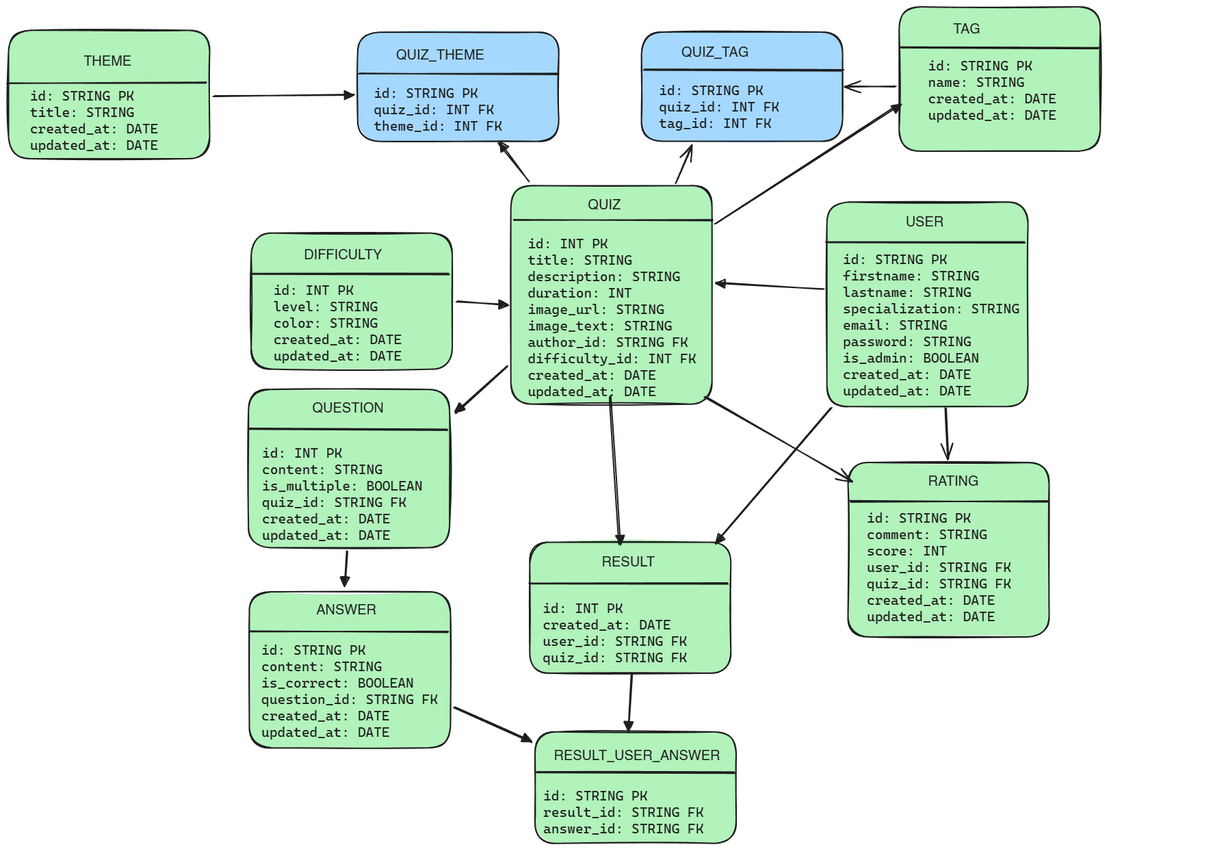
Thibault-hen/DevTest-laravel keeps this Excalidraw diagram as Docs/Conception/MCD-MLD/MLD.excalidraw.png. Above is the earlier version. Source tidied: one line per element, renumbered; positions are measured from the earlier drawing's top-left corner, leaving out a move shared by most shapes.
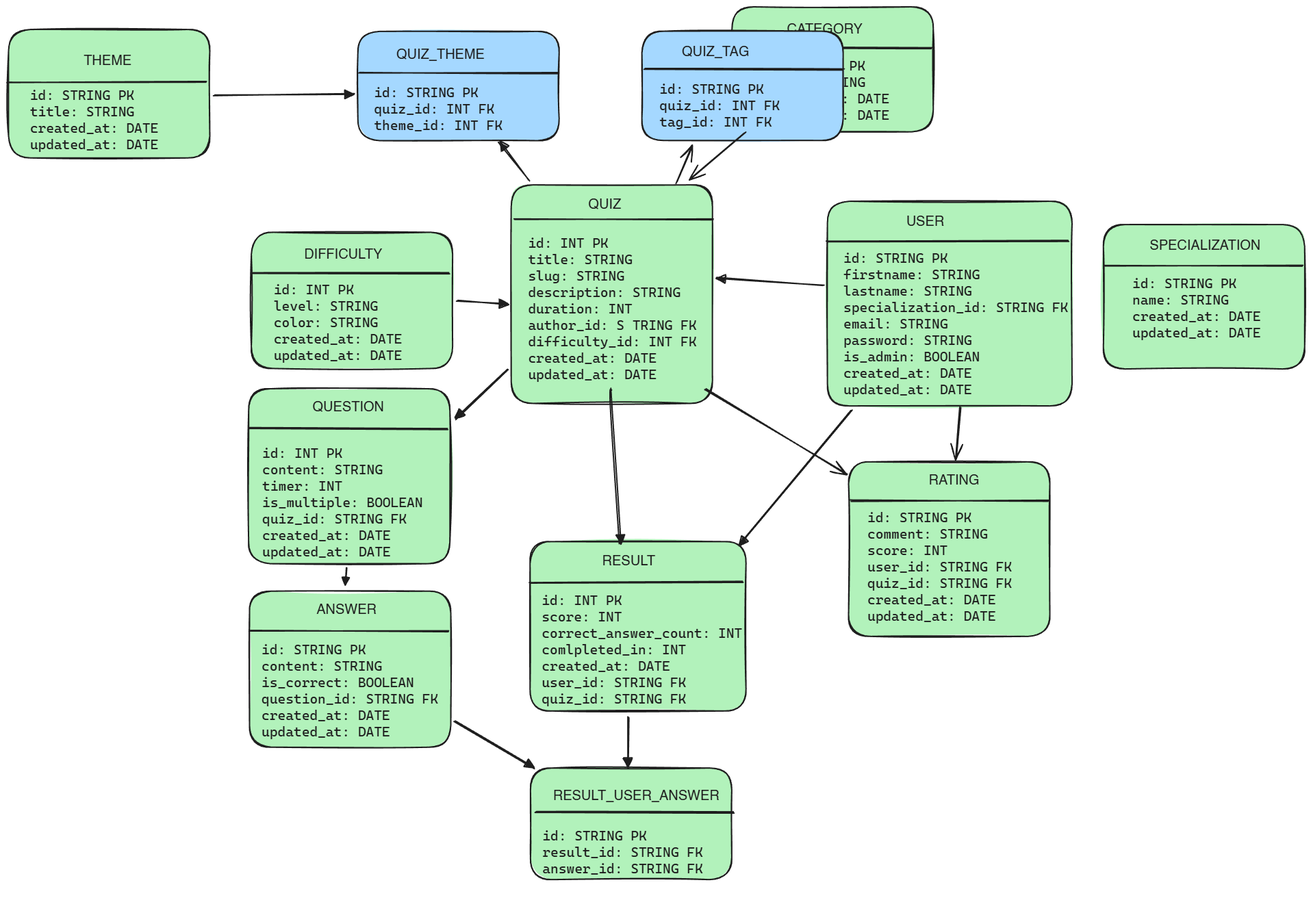
Later version of the same file.

What changed in the source:
```diff
@@ -1,3 +1,3 @@
-{"id": 0, "type": "rectangle", "strokeColor": "#1e1e1e", "backgroundColor": "#b2f2bb", "fillStyle": "solid", "strokeWidth": 2, "roughness": 1, "round": true, "x": 1198, "y": 285, "width": 294, "height": 299}
+{"id": 0, "type": "rectangle", "strokeColor": "#1e1e1e", "backgroundColor": "#b2f2bb", "fillStyle": "solid", "strokeWidth": 2, "roughness": 1, "round": true, "x": 1198, "y": 285, "width": 357, "height": 299}
-{"id": 1, "type": "line", "strokeColor": "#1e1e1e", "backgroundColor": "#b2f2bb", "fillStyle": "solid", "strokeWidth": 2, "roughness": 1, "round": true, "x": 1198, "y": 344, "width": 290, "height": 0, "points": [[0, 0], [290, 0]]}
+{"id": 1, "type": "line", "strokeColor": "#1e1e1e", "backgroundColor": "#b2f2bb", "fillStyle": "solid", "strokeWidth": 2, "roughness": 1, "round": true, "x": 1198, "y": 344, "width": 353, "height": 1, "points": [[0, 0], [353, -1]]}
 {"id": 2, "type": "text", "text": "USER", "strokeColor": "#1e1e1e", "backgroundColor": "#b2f2bb", "fillStyle": "solid", "strokeWidth": 2, "roughness": 1, "fontSize": 20, "fontFamily": 2, "x": 1313, "y": 304, "width": 56, "height": 23}
@@ -6,3 +6,3 @@
 {"id": 5, "type": "text", "text": "QUIZ", "strokeColor": "#1e1e1e", "backgroundColor": "#b2f2bb", "fillStyle": "solid", "strokeWidth": 2, "roughness": 1, "fontSize": 20, "fontFamily": 2, "x": 848, "y": 279, "width": 48, "height": 23}
-{"id": 6, "type": "rectangle", "strokeColor": "#1e1e1e", "backgroundColor": "#b2f2bb", "fillStyle": "solid", "strokeWidth": 2, "roughness": 1, "round": true, "x": 352, "y": 559, "width": 294, "height": 231}
+{"id": 6, "type": "rectangle", "strokeColor": "#1e1e1e", "backgroundColor": "#b2f2bb", "fillStyle": "solid", "strokeWidth": 2, "roughness": 1, "round": true, "x": 352, "y": 559, "width": 294, "height": 256}
 {"id": 7, "type": "line", "strokeColor": "#1e1e1e", "backgroundColor": "#b2f2bb", "fillStyle": "solid", "strokeWidth": 2, "roughness": 1, "round": true, "x": 353, "y": 618, "width": 290, "height": 0, "points": [[0, 0], [290, 0]]}
@@ -15,4 +15,4 @@
 {"id": 14, "type": "text", "text": "THEME\n", "strokeColor": "#1e1e1e", "backgroundColor": "#b2f2bb", "fillStyle": "solid", "strokeWidth": 2, "roughness": 1, "fontSize": 20, "fontFamily": 2, "x": 111, "y": 69, "width": 70, "height": 46}
-{"id": 15, "type": "rectangle", "strokeColor": "#1e1e1e", "backgroundColor": "#b2f2bb", "fillStyle": "solid", "strokeWidth": 2, "roughness": 1, "round": true, "x": 763, "y": 783, "width": 294, "height": 191}
+{"id": 15, "type": "rectangle", "strokeColor": "#1e1e1e", "backgroundColor": "#b2f2bb", "fillStyle": "solid", "strokeWidth": 2, "roughness": 1, "round": true, "x": 763, "y": 783, "width": 315, "height": 247}
-{"id": 16, "type": "line", "strokeColor": "#1e1e1e", "backgroundColor": "#b2f2bb", "fillStyle": "solid", "strokeWidth": 2, "roughness": 1, "round": true, "x": 763, "y": 843, "width": 290, "height": 0, "points": [[0, 0], [290, 0]]}
+{"id": 16, "type": "line", "strokeColor": "#1e1e1e", "backgroundColor": "#b2f2bb", "fillStyle": "solid", "strokeWidth": 2, "roughness": 1, "round": true, "x": 763, "y": 843, "width": 311, "height": 1, "points": [[0, 0], [311, -1]]}
 {"id": 17, "type": "text", "text": "RESULT", "strokeColor": "#1e1e1e", "backgroundColor": "#b2f2bb", "fillStyle": "solid", "strokeWidth": 2, "roughness": 1, "fontSize": 20, "fontFamily": 2, "x": 868, "y": 801, "width": 77, "height": 23}
@@ -21,6 +21,6 @@
 {"id": 20, "type": "text", "text": "ANSWER", "strokeColor": "#1e1e1e", "backgroundColor": "#b2f2bb", "fillStyle": "solid", "strokeWidth": 2, "roughness": 1, "fontSize": 20, "fontFamily": 2, "x": 451, "y": 871, "width": 88, "height": 23}
-{"id": 21, "type": "rectangle", "strokeColor": "#1e1e1e", "backgroundColor": "#b2f2bb", "fillStyle": "solid", "strokeWidth": 2, "roughness": 1, "round": true, "x": 771, "y": 1060, "width": 294, "height": 163}
+{"id": 21, "type": "rectangle", "strokeColor": "#1e1e1e", "backgroundColor": "#b2f2bb", "fillStyle": "solid", "strokeWidth": 2, "roughness": 1, "round": true, "x": 764, "y": 1113, "width": 294, "height": 163}
-{"id": 22, "type": "line", "strokeColor": "#1e1e1e", "strokeWidth": 2, "roughness": 1, "round": true, "x": 773, "y": 1120, "width": 290, "height": 0, "points": [[0, 0], [290, 0]]}
+{"id": 22, "type": "line", "strokeColor": "#1e1e1e", "strokeWidth": 2, "roughness": 1, "round": true, "x": 771, "y": 1179, "width": 290, "height": 0, "points": [[0, 0], [290, 0]]}
-{"id": 23, "type": "text", "text": "RESULT_USER_ANSWER", "strokeColor": "#1e1e1e", "strokeWidth": 2, "roughness": 1, "fontSize": 20, "fontFamily": 2, "x": 798, "y": 1084, "width": 243, "height": 23}
+{"id": 23, "type": "text", "text": "RESULT_USER_ANSWER", "strokeColor": "#1e1e1e", "strokeWidth": 2, "roughness": 1, "fontSize": 20, "fontFamily": 2, "x": 797, "y": 1143, "width": 243, "height": 23}
-{"id": 24, "type": "text", "text": "id: STRING PK\nfirstname: STRING\nlastname: STRING\nspecialization: STRING\nemail: STRING\npassword: STRING\nis_admin: BOOLEAN\ncreated_at: DATE\nupdated_at: DATE", "strokeColor": "#1e1e1e", "backgroundColor": "#b2f2bb", "fillStyle": "solid", "strokeWidth": 2, "roughness": 1, "fontSize": 20, "fontFamily": 3, "x": 1221, "y": 357, "width": 258, "height": 216}
+{"id": 24, "type": "text", "text": "id: STRING PK\nfirstname: STRING\nlastname: STRING\nspecialization_id: STRING FK\nemail: STRING\npassword: STRING\nis_admin: BOOLEAN\ncreated_at: DATE\nupdated_at: DATE", "strokeColor": "#1e1e1e", "backgroundColor": "#b2f2bb", "fillStyle": "solid", "strokeWidth": 2, "roughness": 1, "fontSize": 20, "fontFamily": 3, "x": 1221, "y": 357, "width": 328, "height": 216}
 {"id": 25, "type": "rectangle", "strokeColor": "#1e1e1e", "backgroundColor": "#a5d8ff", "fillStyle": "solid", "strokeWidth": 2, "roughness": 1, "round": true, "x": 512, "y": 37, "width": 294, "height": 160}
@@ -28,24 +28,24 @@
 {"id": 27, "type": "text", "text": "QUIZ_THEME", "strokeColor": "#1e1e1e", "backgroundColor": "#b2f2bb", "fillStyle": "solid", "strokeWidth": 2, "roughness": 1, "fontSize": 20, "fontFamily": 2, "x": 568, "y": 60, "width": 129, "height": 23}
-{"id": 28, "type": "text", "text": "id: INT PK\ntitle: STRING\ndescription: STRING\nduration: INT\nimage_url: STRING\nimage_text: STRING\nauthor_id: STRING FK\ndifficulty_id: INT FK\ncreated_at: DATE\nupdated_at: DATE", "strokeColor": "#1e1e1e", "backgroundColor": "#b2f2bb", "fillStyle": "solid", "strokeWidth": 2, "roughness": 1, "fontSize": 20, "fontFamily": 3, "x": 760, "y": 334, "width": 246, "height": 240}
+{"id": 28, "type": "text", "text": "id: INT PK\ntitle: STRING\nslug: STRING\ndescription: STRING\nduration: INT\nauthor_id: S TRING FK\ndifficulty_id: INT FK\ncreated_at: DATE\nupdated_at: DATE", "strokeColor": "#1e1e1e", "backgroundColor": "#b2f2bb", "fillStyle": "solid", "strokeWidth": 2, "roughness": 1, "fontSize": 20, "fontFamily": 3, "x": 760, "y": 334, "width": 246, "height": 216}
 {"id": 29, "type": "text", "text": "id: STRING PK\nquiz_id: INT FK\ntheme_id: INT FK", "strokeColor": "#1e1e1e", "backgroundColor": "#b2f2bb", "fillStyle": "solid", "strokeWidth": 2, "roughness": 1, "fontSize": 20, "fontFamily": 3, "x": 535, "y": 114, "width": 188, "height": 72}
 {"id": 30, "type": "text", "text": "id: STRING PK\ntitle: STRING\ncreated_at: DATE\nupdated_at: DATE\n", "strokeColor": "#1e1e1e", "backgroundColor": "#b2f2bb", "fillStyle": "solid", "strokeWidth": 2, "roughness": 1, "fontSize": 20, "fontFamily": 3, "x": 33, "y": 118, "width": 188, "height": 120}
-{"id": 31, "type": "text", "text": "id: INT PK\ncontent: STRING\nis_multiple: BOOLEAN\nquiz_id: STRING FK\ncreated_at: DATE\nupdated_at: DATE", "strokeColor": "#1e1e1e", "backgroundColor": "#b2f2bb", "fillStyle": "solid", "strokeWidth": 2, "roughness": 1, "fontSize": 20, "fontFamily": 3, "x": 372, "y": 640, "width": 234, "height": 144}
+{"id": 31, "type": "text", "text": "id: INT PK\ncontent: STRING\ntimer: INT\nis_multiple: BOOLEAN\nquiz_id: STRING FK\ncreated_at: DATE\nupdated_at: DATE", "strokeColor": "#1e1e1e", "backgroundColor": "#b2f2bb", "fillStyle": "solid", "strokeWidth": 2, "roughness": 1, "fontSize": 20, "fontFamily": 3, "x": 372, "y": 641, "width": 234, "height": 168}
 {"id": 32, "type": "text", "text": "id: STRING PK\ncontent: STRING\nis_correct: BOOLEAN\nquestion_id: STRING FK\ncreated_at: DATE\nupdated_at: DATE", "strokeColor": "#1e1e1e", "backgroundColor": "#b2f2bb", "fillStyle": "solid", "strokeWidth": 2, "roughness": 1, "fontSize": 20, "fontFamily": 3, "x": 371, "y": 928, "width": 258, "height": 144}
-{"id": 33, "type": "text", "text": "id: INT PK\ncreated_at: DATE\nuser_id: STRING FK\nquiz_id: STRING FK", "strokeColor": "#1e1e1e", "backgroundColor": "#b2f2bb", "fillStyle": "solid", "strokeWidth": 2, "roughness": 1, "fontSize": 20, "fontFamily": 3, "x": 782, "y": 867, "width": 211, "height": 96}
+{"id": 33, "type": "text", "text": "id: INT PK\nscore: INT\ncorrect_answer_count: INT\ncomlpleted_in: INT\ncreated_at: DATE\nuser_id: STRING FK\nquiz_id: STRING FK", "strokeColor": "#1e1e1e", "backgroundColor": "#b2f2bb", "fillStyle": "solid", "strokeWidth": 2, "roughness": 1, "fontSize": 20, "fontFamily": 3, "x": 780, "y": 857, "width": 293, "height": 168}
 {"id": 34, "type": "text", "text": "id: INT PK\nlevel: STRING\ncolor: STRING\ncreated_at: DATE\nupdated_at: DATE", "strokeColor": "#1e1e1e", "backgroundColor": "#b2f2bb", "fillStyle": "solid", "strokeWidth": 2, "roughness": 1, "fontSize": 20, "fontFamily": 3, "x": 389, "y": 402, "width": 188, "height": 120}
-{"id": 35, "type": "text", "text": "id: STRING PK\nresult_id: STRING FK\nanswer_id: STRING FK\n", "strokeColor": "#1e1e1e", "strokeWidth": 2, "roughness": 1, "fontSize": 20, "fontFamily": 3, "x": 783, "y": 1141, "width": 234, "height": 96}
+{"id": 35, "type": "text", "text": "id: STRING PK\nresult_id: STRING FK\nanswer_id: STRING FK\n", "strokeColor": "#1e1e1e", "strokeWidth": 2, "roughness": 1, "fontSize": 20, "fontFamily": 3, "x": 781, "y": 1201, "width": 234, "height": 96}
-{"id": 36, "type": "arrow", "strokeColor": "#1e1e1e", "strokeWidth": 2, "roughness": 1, "endArrowhead": "triangle", "round": true, "from": 0, "to": 28, "x": 1192, "y": 412, "width": 157, "height": 9, "points": [[0, 0], [-157, -9]]}
+{"id": 36, "type": "arrow", "strokeColor": "#1e1e1e", "strokeWidth": 2, "roughness": 1, "endArrowhead": "triangle", "round": true, "from": 0, "to": 28, "x": 1192, "y": 407, "width": 156, "height": 10, "points": [[0, 0], [-156, -10]]}
-{"id": 37, "type": "arrow", "strokeColor": "#1e1e1e", "strokeWidth": 2, "roughness": 1, "endArrowhead": "triangle", "round": true, "from": 28, "to": 17, "x": 882, "y": 585, "width": 13, "height": 203, "points": [[0, 0], [-1, -2], [12, 201]]}
+{"id": 37, "type": "arrow", "strokeColor": "#1e1e1e", "strokeWidth": 2, "roughness": 1, "endArrowhead": "triangle", "round": true, "from": 28, "to": 17, "x": 881, "y": 561, "width": 13, "height": 225, "points": [[0, 0], [0, 22], [13, 225]]}
-{"id": 38, "type": "arrow", "strokeColor": "#1e1e1e", "strokeWidth": 2, "roughness": 1, "endArrowhead": "triangle", "round": true, "from": 33, "to": 21, "x": 913, "y": 974, "width": 7, "height": 85, "points": [[0, 0], [-7, 85]]}
+{"id": 38, "type": "arrow", "strokeColor": "#1e1e1e", "strokeWidth": 2, "roughness": 1, "endArrowhead": "triangle", "round": true, "from": 33, "to": 21, "x": 908, "y": 1040, "width": 2, "height": 73, "points": [[0, 0], [-2, 73]]}
-{"id": 39, "type": "arrow", "strokeColor": "#1e1e1e", "strokeWidth": 2, "roughness": 1, "endArrowhead": "triangle", "round": true, "from": 18, "to": 21, "x": 652, "y": 1024, "width": 113, "height": 51, "points": [[0, 0], [113, 51]]}
+{"id": 39, "type": "arrow", "strokeColor": "#1e1e1e", "strokeWidth": 2, "roughness": 1, "endArrowhead": "triangle", "round": true, "from": 18, "to": 21, "x": 652, "y": 1045, "width": 116, "height": 69, "points": [[0, 0], [116, 69]]}
-{"id": 40, "type": "arrow", "strokeColor": "#1e1e1e", "strokeWidth": 2, "roughness": 1, "endArrowhead": "triangle", "round": true, "from": 3, "to": 6, "x": 730, "y": 524, "width": 76, "height": 70, "points": [[0, 0], [-76, 70]]}
+{"id": 40, "type": "arrow", "strokeColor": "#1e1e1e", "strokeWidth": 2, "roughness": 1, "endArrowhead": "triangle", "round": true, "from": 3, "to": 6, "x": 730, "y": 530, "width": 76, "height": 74, "points": [[0, 0], [-76, 74]]}
 {"id": 41, "type": "arrow", "strokeColor": "#1e1e1e", "strokeWidth": 2, "roughness": 1, "endArrowhead": "triangle", "round": true, "from": 9, "to": 3, "x": 656, "y": 432, "width": 74, "height": 4, "points": [[0, 0], [74, 4]]}
-{"id": 42, "type": "arrow", "strokeColor": "#1e1e1e", "strokeWidth": 2, "roughness": 1, "endArrowhead": "triangle", "round": true, "from": 31, "to": 18, "x": 497, "y": 795, "width": 4, "height": 50, "points": [[0, 0], [-4, 50]]}
+{"id": 42, "type": "arrow", "strokeColor": "#1e1e1e", "strokeWidth": 2, "roughness": 1, "endArrowhead": "triangle", "round": true, "from": 31, "to": 18, "x": 495, "y": 821, "width": 2, "height": 25, "points": [[0, 0], [-2, 25]]}
 {"id": 43, "type": "arrow", "strokeColor": "#1e1e1e", "strokeWidth": 2, "roughness": 1, "endArrowhead": "triangle", "round": true, "from": 3, "to": 25, "x": 762, "y": 256, "width": 45, "height": 58, "points": [[0, 0], [-45, -58]]}
 {"id": 44, "type": "arrow", "strokeColor": "#1e1e1e", "strokeWidth": 2, "roughness": 1, "endArrowhead": "triangle", "round": true, "from": 12, "to": 25, "x": 301, "y": 131, "width": 205, "height": 2, "points": [[0, 0], [205, -2]]}
-{"id": 45, "type": "arrow", "strokeColor": "#1e1e1e", "backgroundColor": "#b2f2bb", "fillStyle": "solid", "strokeWidth": 2, "roughness": 1, "endArrowhead": "triangle", "round": true, "from": 0, "to": 15, "x": 1203, "y": 586, "width": 169, "height": 197, "points": [[0, 0], [-169, 197]]}
+{"id": 45, "type": "arrow", "strokeColor": "#1e1e1e", "backgroundColor": "#b2f2bb", "fillStyle": "solid", "strokeWidth": 2, "roughness": 1, "endArrowhead": "triangle", "round": true, "from": 0, "to": 15, "x": 1232, "y": 590, "width": 165, "height": 197, "points": [[0, 0], [-165, 197]]}
-{"id": 46, "type": "rectangle", "strokeColor": "#1e1e1e", "backgroundColor": "#b2f2bb", "fillStyle": "solid", "strokeWidth": 2, "roughness": 1, "round": true, "x": 1303, "y": 0, "width": 294, "height": 211}
+{"id": 46, "type": "rectangle", "strokeColor": "#1e1e1e", "backgroundColor": "#b2f2bb", "fillStyle": "solid", "strokeWidth": 2, "roughness": 1, "round": true, "x": 1058, "y": 1, "width": 294, "height": 183}
-{"id": 47, "type": "line", "strokeColor": "#1e1e1e", "backgroundColor": "#b2f2bb", "fillStyle": "solid", "strokeWidth": 2, "roughness": 1, "round": true, "x": 1305, "y": 60, "width": 290, "height": 0, "points": [[0, 0], [290, 0]]}
+{"id": 47, "type": "line", "strokeColor": "#1e1e1e", "backgroundColor": "#b2f2bb", "fillStyle": "solid", "strokeWidth": 2, "roughness": 1, "round": true, "x": 1060, "y": 61, "width": 290, "height": 0, "points": [[0, 0], [290, 0]]}
-{"id": 48, "type": "text", "text": "TAG", "strokeColor": "#1e1e1e", "backgroundColor": "#b2f2bb", "fillStyle": "solid", "strokeWidth": 2, "roughness": 1, "fontSize": 20, "fontFamily": 2, "x": 1382, "y": 22, "width": 40, "height": 23}
+{"id": 48, "type": "text", "text": "CATEGORY", "strokeColor": "#1e1e1e", "backgroundColor": "#b2f2bb", "fillStyle": "solid", "strokeWidth": 2, "roughness": 1, "fontSize": 20, "fontFamily": 2, "x": 1138, "y": 23, "width": 110, "height": 23}
-{"id": 49, "type": "text", "text": "id: STRING PK\nname: STRING\ncreated_at: DATE\nupdated_at: DATE", "strokeColor": "#1e1e1e", "backgroundColor": "#b2f2bb", "fillStyle": "solid", "strokeWidth": 2, "roughness": 1, "fontSize": 20, "fontFamily": 3, "x": 1345, "y": 74, "width": 188, "height": 96}
+{"id": 49, "type": "text", "text": "id: STRING PK\ntitle: STRING\ncreated_at: DATE\nupdated_at: DATE", "strokeColor": "#1e1e1e", "backgroundColor": "#b2f2bb", "fillStyle": "solid", "strokeWidth": 2, "roughness": 1, "fontSize": 20, "fontFamily": 3, "x": 1100, "y": 75, "width": 188, "height": 96}
 {"id": 50, "type": "rectangle", "strokeColor": "#1e1e1e", "backgroundColor": "#b2f2bb", "fillStyle": "solid", "strokeWidth": 2, "roughness": 1, "round": true, "x": 1228, "y": 666, "width": 294, "height": 255}
@@ -54,9 +54,8 @@
 {"id": 53, "type": "text", "text": "id: STRING PK\ncomment: STRING\nscore: INT\nuser_id: STRING FK\nquiz_id: STRING FK\ncreated_at: DATE\nupdated_at: DATE", "strokeColor": "#1e1e1e", "backgroundColor": "#b2f2bb", "fillStyle": "solid", "strokeWidth": 2, "roughness": 1, "fontSize": 20, "fontFamily": 3, "x": 1256, "y": 736, "width": 211, "height": 168}
-{"id": 54, "type": "arrow", "strokeColor": "#1e1e1e", "backgroundColor": "#ffffff", "fillStyle": "solid", "strokeWidth": 2, "roughness": 1, "endArrowhead": "arrow", "round": true, "from": 28, "to": 50, "x": 1019, "y": 571, "width": 215, "height": 123, "points": [[0, 0], [215, 123]]}
+{"id": 54, "type": "arrow", "strokeColor": "#1e1e1e", "backgroundColor": "#ffffff", "fillStyle": "solid", "strokeWidth": 2, "roughness": 1, "endArrowhead": "arrow", "round": true, "from": 28, "to": 50, "x": 1019, "y": 561, "width": 207, "height": 124, "points": [[0, 0], [207, 124]]}
-{"id": 55, "type": "arrow", "strokeColor": "#1e1e1e", "backgroundColor": "#ffffff", "fillStyle": "solid", "strokeWidth": 2, "roughness": 1, "endArrowhead": "arrow", "round": true, "from": 24, "to": 50, "x": 1372, "y": 586, "width": 3, "height": 75, "points": [[0, 0], [3, 75]]}
+{"id": 55, "type": "arrow", "strokeColor": "#1e1e1e", "backgroundColor": "#ffffff", "fillStyle": "solid", "strokeWidth": 2, "roughness": 1, "endArrowhead": "arrow", "round": true, "from": 24, "to": 50, "x": 1393, "y": 586, "width": 7, "height": 77, "points": [[0, 0], [-7, 77]]}
-{"id": 56, "type": "rectangle", "strokeColor": "#1e1e1e", "backgroundColor": "#a5d8ff", "fillStyle": "solid", "strokeWidth": 2, "roughness": 1, "round": true, "x": 926, "y": 37, "width": 294, "height": 160}
-{"id": 57, "type": "line", "strokeColor": "#1e1e1e", "backgroundColor": "#b2f2bb", "fillStyle": "solid", "strokeWidth": 2, "roughness": 1, "round": true, "x": 930, "y": 93, "width": 290, "height": 0, "points": [[0, 0], [290, 0]]}
-{"id": 58, "type": "text", "text": "QUIZ_TAG", "strokeColor": "#1e1e1e", "backgroundColor": "#b2f2bb", "fillStyle": "solid", "strokeWidth": 2, "roughness": 1, "fontSize": 20, "fontFamily": 2, "x": 985, "y": 56, "width": 99, "height": 23}
-{"id": 59, "type": "text", "text": "id: STRING PK\nquiz_id: INT FK\ntag_id: INT FK", "strokeColor": "#1e1e1e", "backgroundColor": "#b2f2bb", "fillStyle": "solid", "strokeWidth": 2, "roughness": 1, "fontSize": 20, "fontFamily": 3, "x": 952, "y": 110, "width": 176, "height": 72}
-{"id": 60, "type": "arrow", "strokeColor": "#1e1e1e", "backgroundColor": "#ffffff", "fillStyle": "solid", "strokeWidth": 2, "roughness": 1, "endArrowhead": "arrow", "round": true, "from": 3, "to": 59, "x": 977, "y": 257, "width": 22, "height": 54, "points": [[0, 0], [22, -54]]}
-{"id": 61, "type": "arrow", "strokeColor": "#1e1e1e", "backgroundColor": "#ffffff", "fillStyle": "solid", "strokeWidth": 2, "roughness": 1, "endArrowhead": "arrow", "round": true, "from": 46, "to": 56, "x": 1297, "y": 117, "width": 74, "height": 0, "points": [[0, 0], [-74, 0]]}
+{"id": 61, "type": "arrow", "strokeColor": "#1e1e1e", "backgroundColor": "#ffffff", "fillStyle": "solid", "strokeWidth": 2, "roughness": 1, "endArrowhead": "arrow", "round": true, "from": 46, "to": 3, "x": 1077, "y": 185, "width": 82, "height": 69, "points": [[0, 0], [-82, 69]]}
+{"id": 62, "type": "rectangle", "strokeColor": "#1e1e1e", "backgroundColor": "#b2f2bb", "fillStyle": "solid", "strokeWidth": 2, "roughness": 1, "round": true, "x": 1601, "y": 319, "width": 294, "height": 211}
+{"id": 63, "type": "line", "strokeColor": "#1e1e1e", "backgroundColor": "#b2f2bb", "fillStyle": "solid", "strokeWidth": 2, "roughness": 1, "round": true, "x": 1603, "y": 379, "width": 290, "height": 0, "points": [[0, 0], [290, 0]]}
+{"id": 64, "type": "text", "text": "SPECIALIZATION", "strokeColor": "#1e1e1e", "backgroundColor": "#b2f2bb", "fillStyle": "solid", "strokeWidth": 2, "roughness": 1, "fontSize": 20, "fontFamily": 2, "x": 1668, "y": 340, "width": 162, "height": 23}
+{"id": 65, "type": "text", "text": "id: STRING PK\nname: STRING\ncreated_at: DATE\nupdated_at: DATE", "strokeColor": "#1e1e1e", "backgroundColor": "#b2f2bb", "fillStyle": "solid", "strokeWidth": 2, "roughness": 1, "fontSize": 20, "fontFamily": 3, "x": 1643, "y": 393, "width": 188, "height": 96}
```
